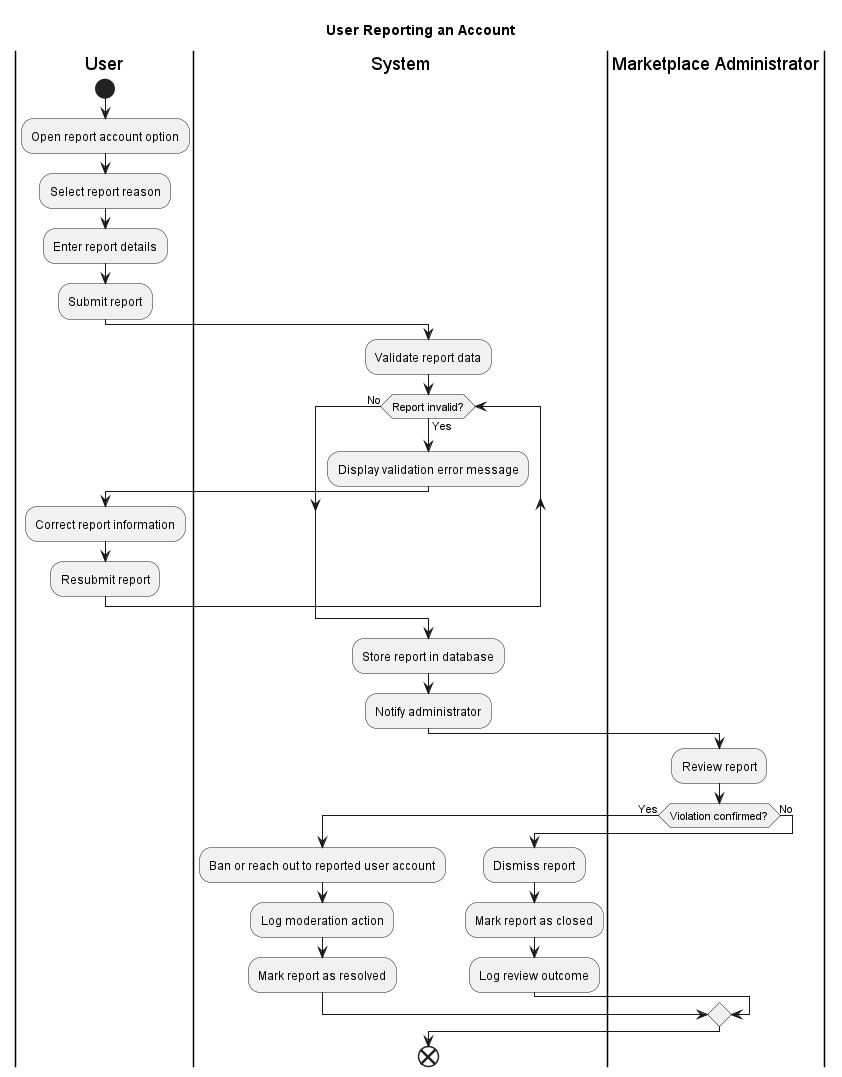
Earlier version of the PlantUML export out/activityDiagrams/User Reporting an Account/User Reporting an Account.png (JanPerez35/PlantUML). The source it was exported from:
```plantuml
@startuml
title User Reporting an Account

|User|
start
:Open report account option;
:Select report reason;
:Enter report details;
:Submit report;

|System|
:Validate report data;

while (Report invalid?) is (Yes)
  :Display validation error message;
  |User|
  :Correct report information;
  :Resubmit report;
  |System|

endwhile (No)

:Store report in database;
:Notify administrator;

|Marketplace Administrator|
:Review report;

if (Violation confirmed?) then (Yes)
  |System|
  :Ban or reach out to reported user account;
  :Log moderation action;
  :Mark report as resolved;
else (No)
  |System|
  :Dismiss report;
  :Mark report as closed;
  :Log review outcome;
endif

end
@enduml
```
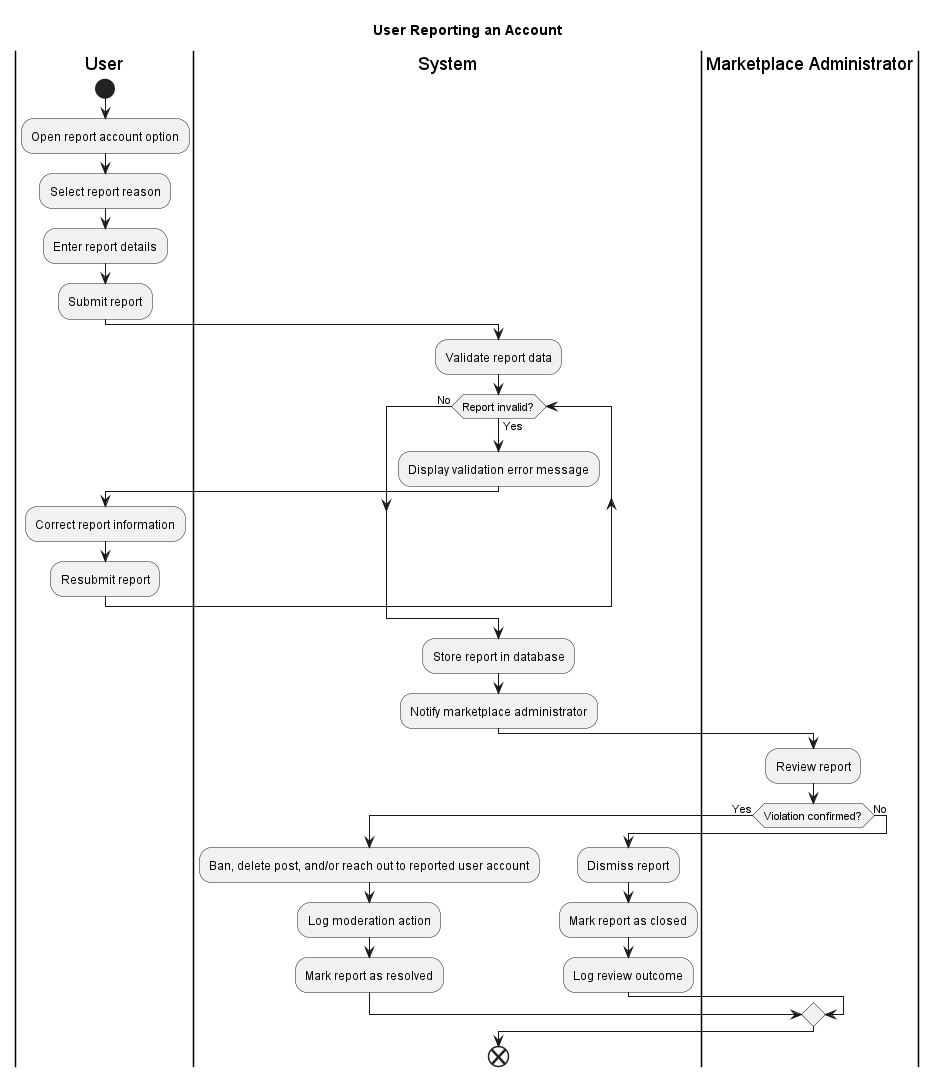
After the commit.

What changed in the source:
```diff
@@ -21,14 +21,14 @@
 endwhile (No)
 
 :Store report in database;
-:Notify administrator;
+:Notify marketplace administrator;
 
 |Marketplace Administrator|
 :Review report;
 
 if (Violation confirmed?) then (Yes)
   |System|
-  :Ban or reach out to reported user account;
+  :Ban, delete post, and/or reach out to reported user account;
   :Log moderation action;
   :Mark report as resolved;
 else (No)
```
